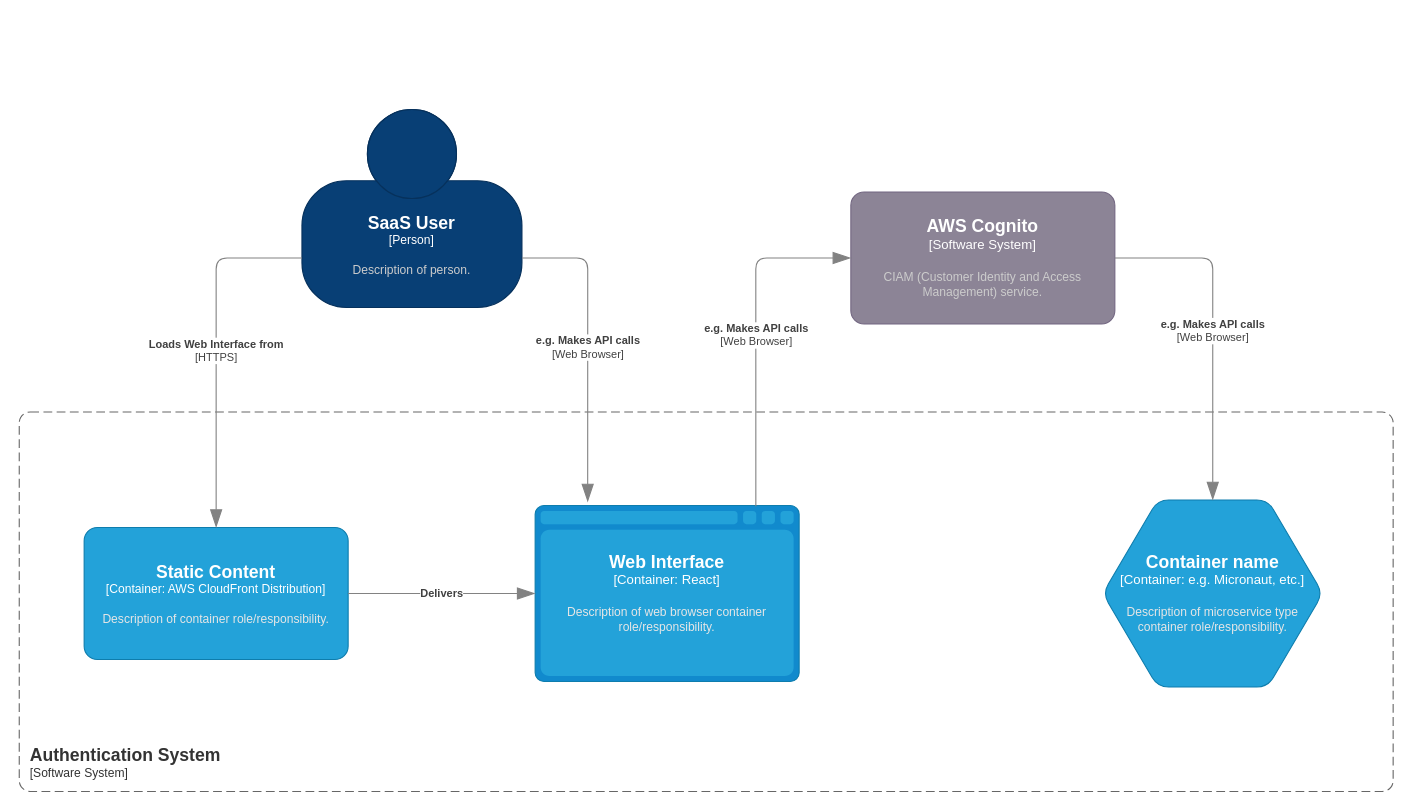
The draw.io diagram page "[C4 model] Container diagram" (1 of 2) of docs/authentication.drawio in vflopes/saas-boilerplate, before the edit. Source tidied: cells renumbered, new cells numbered last; positions are measured from the earlier drawing's top-left corner, leaving out a move shared by most shapes. Both pictures are drawn from the tidied source at 110%, with x=0, y=0 at pixel (19, 109).
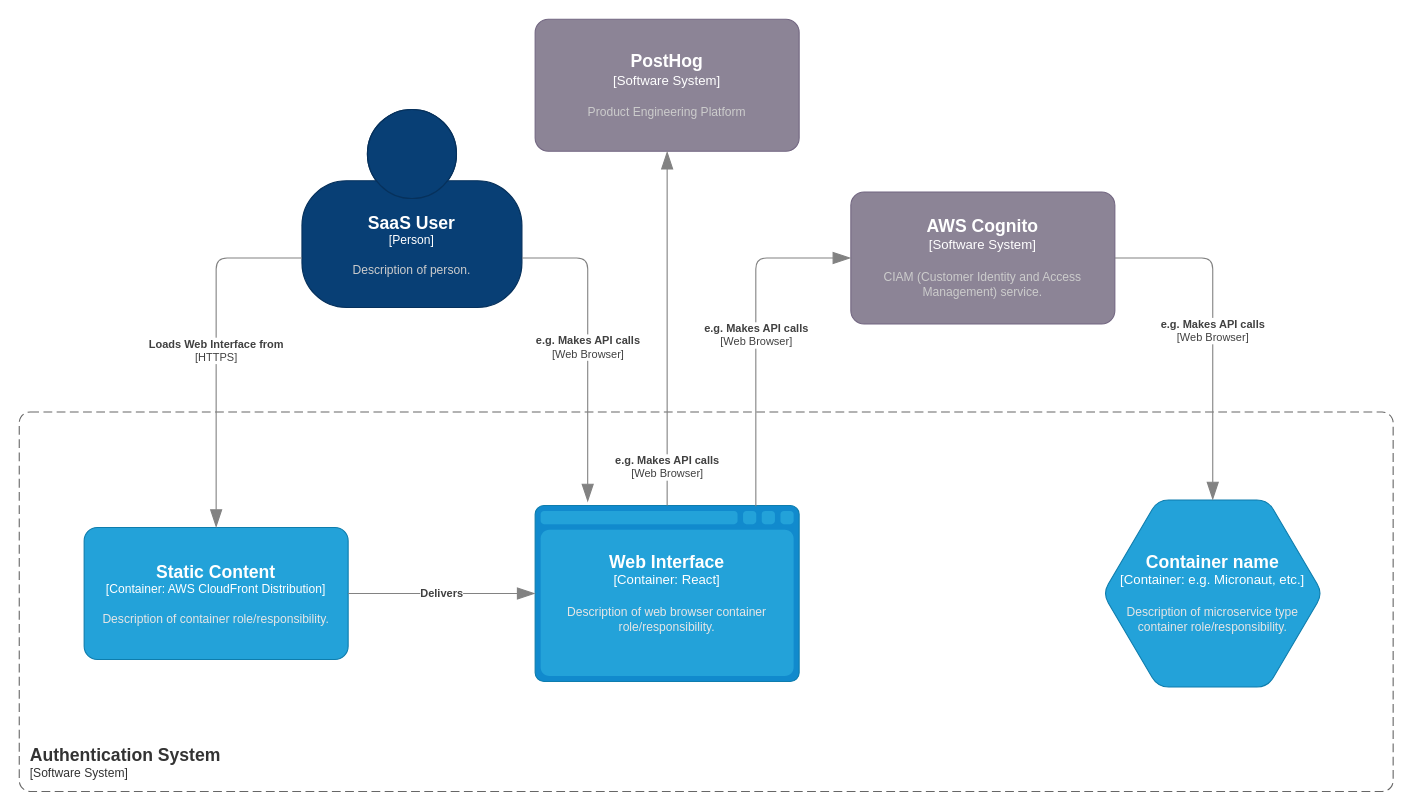
The same page after the edit.

Unchanged cells that the change refers to:
```xml
<object id="4" label="&lt;font style=&quot;font-size: 16px&quot;&gt;&lt;b&gt;%c4Name%&lt;/b&gt;&lt;/font&gt;&lt;div&gt;[%c4Type%:&amp;nbsp;%c4Technology%]&lt;/div&gt;&lt;br&gt;&lt;div&gt;&lt;font style=&quot;font-size: 11px&quot;&gt;&lt;font color=&quot;#E6E6E6&quot;&gt;%c4Description%&lt;/font&gt;&lt;/div&gt;" c4Description="Description of web browser container role/responsibility." c4Name="Web Interface" c4Technology="React" c4Type="Container" placeholders="1">
  <mxCell style="shape=mxgraph.c4.webBrowserContainer2;whiteSpace=wrap;html=1;boundedLbl=1;rounded=0;labelBackgroundColor=none;strokeColor=#118ACD;fillColor=#23A2D9;strokeColor=#118ACD;strokeColor2=#0E7DAD;fontSize=12;fontColor=#ffffff;align=center;points=[[0.5,0,0],[1,0.25,0],[1,0.5,0],[1,0.75,0],[0.5,1,0],[0,0.75,0],[0,0.5,0],[0,0.25,0]];" parent="1" vertex="1">
    <mxGeometry x="469" y="360" width="240" height="160" as="geometry" />
  </mxCell>
</object>
```

What changed in the source:
```diff
@@
+    <object id="13" label="&lt;font style=&quot;font-size: 16px&quot;&gt;&lt;b&gt;%c4Name%&lt;/b&gt;&lt;/font&gt;&lt;div&gt;[%c4Type%]&lt;/div&gt;&lt;br&gt;&lt;div&gt;&lt;font style=&quot;font-size: 11px&quot;&gt;&lt;font color=&quot;#cccccc&quot;&gt;%c4Description%&lt;/font&gt;&lt;/div&gt;" c4Description="Product Engineering Platform" c4Name="PostHog" c4Type="Software System" placeholders="1">
+      <mxCell style="rounded=1;whiteSpace=wrap;html=1;labelBackgroundColor=none;fillColor=#8C8496;fontColor=#ffffff;align=center;arcSize=10;strokeColor=#736782;points=[[0.25,0,0],[0.5,0,0],[0.75,0,0],[1,0.25,0],[1,0.5,0],[1,0.75,0],[0.75,1,0],[0.5,1,0],[0.25,1,0],[0,0.75,0],[0,0.5,0],[0,0.25,0]];" parent="1" vertex="1">
+        <mxGeometry x="469" y="-82" width="240" height="120" as="geometry" />
+      </mxCell>
+    </object>
+    <object id="14" label="&lt;div style=&quot;text-align: left&quot;&gt;&lt;div style=&quot;text-align: center&quot;&gt;&lt;b&gt;%c4Description%&lt;/b&gt;&lt;/div&gt;&lt;div style=&quot;text-align: center&quot;&gt;[%c4Technology%]&lt;/div&gt;&lt;/div&gt;" c4Description="e.g. Makes API calls" c4Technology="Web Browser" placeholders="1">
+      <mxCell style="endArrow=blockThin;html=1;fontSize=10;fontColor=#404040;strokeWidth=1;endFill=1;strokeColor=#828282;elbow=vertical;endSize=14;startSize=14;jumpStyle=arc;jumpSize=16;rounded=1;edgeStyle=orthogonalEdgeStyle;curved=0;exitX=0.5;exitY=0;exitDx=0;exitDy=0;exitPerimeter=0;entryX=0.5;entryY=1;entryDx=0;entryDy=0;entryPerimeter=0;" parent="1" edge="1" source="4" target="13">
+        <mxGeometry x="-0.78" relative="1" as="geometry" />
+      </mxCell>
+    </object>
```
